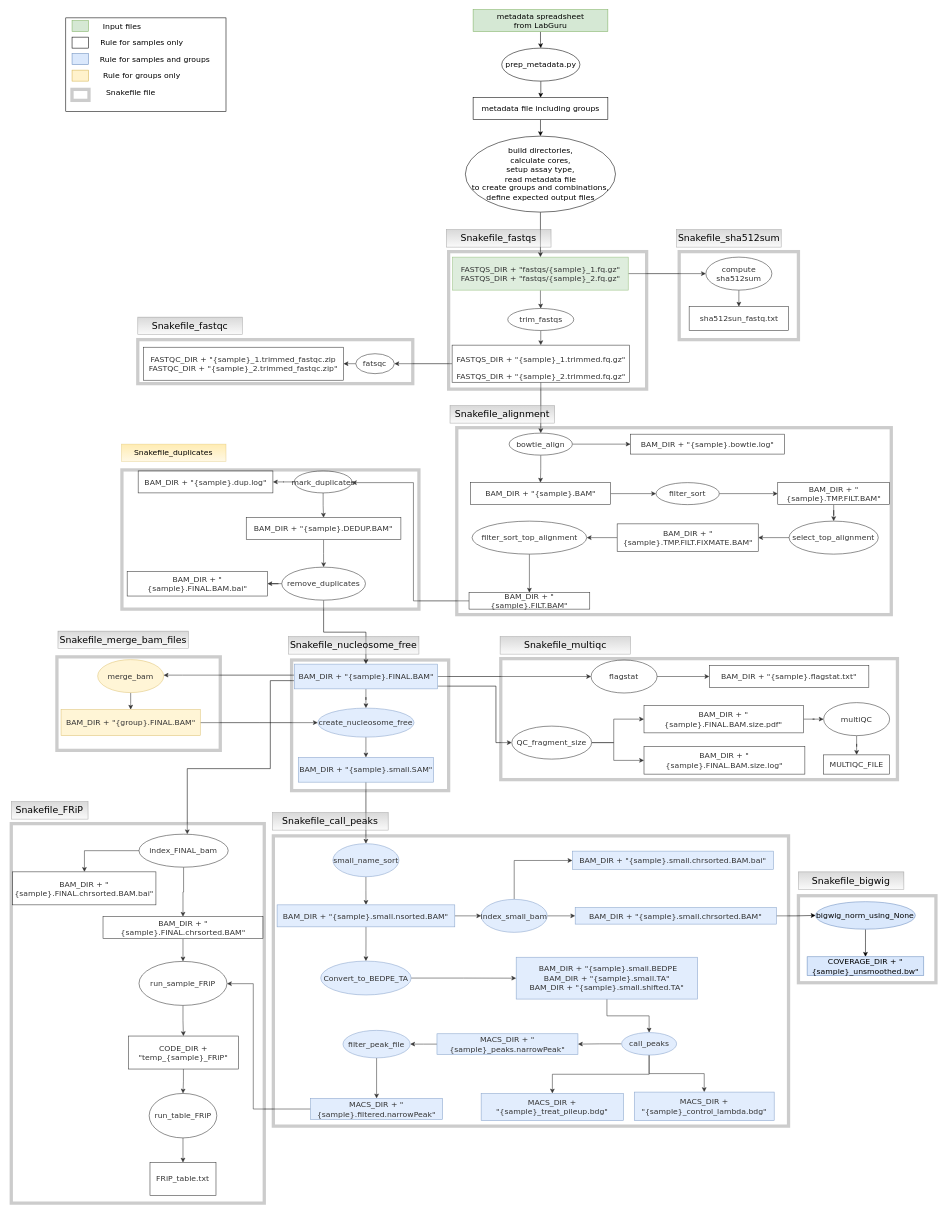
Earlier version of the draw.io diagram diagrams/ATAC_alignment_diagram.drawio (FoghornTherapeutics/FHT-ATACseq-pipeline). Source tidied: cells renumbered, new cells numbered last; positions are measured from the earlier drawing's top-left corner, leaving out a move shared by most shapes. Both pictures are drawn from the tidied source at 55%, with x=0, y=0 at pixel (11, 9).
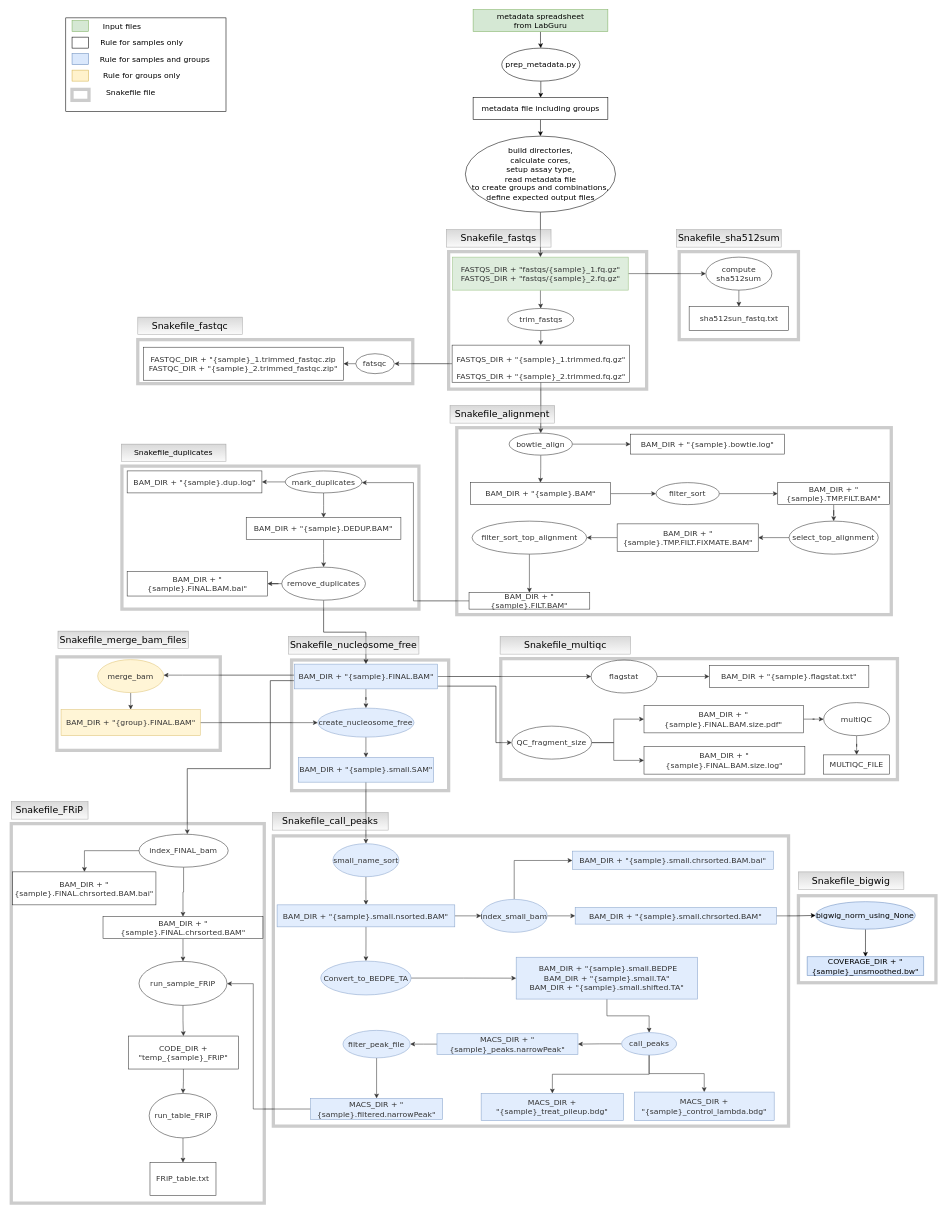
Above is the later version.

Change to the diagram source:
```diff
@@
     <mxCell id="34" value="mark_duplicates" style="ellipse;whiteSpace=wrap;html=1;rounded=0;fontFamily=Verdana;fontSize=14;" parent="1" vertex="1">
-      <mxGeometry x="514.5" y="838.7" width="105" height="40" as="geometry" />
+      <mxGeometry x="498.1" y="838.7" width="139.5" height="40" as="geometry" />
     </mxCell>
@@
     <mxCell id="37" value="&lt;span style=&quot;font-size: 14px;&quot;&gt;BAM_DIR + &quot;&lt;/span&gt;&lt;span style=&quot;background-color: initial; font-size: 14px;&quot;&gt;{sample}.dup.log&quot;&lt;/span&gt;&lt;span style=&quot;font-size: 14px;&quot;&gt;&lt;br style=&quot;font-size: 14px;&quot;&gt;&lt;/span&gt;" style="whiteSpace=wrap;html=1;rounded=0;fontFamily=Verdana;fontSize=14;" parent="1" vertex="1">
-      <mxGeometry x="230.7" y="838.7" width="245" height="40" as="geometry" />
+      <mxGeometry x="210.7" y="838.7" width="245" height="40" as="geometry" />
     </mxCell>
@@
-    <mxCell id="124" value="&lt;font style=&quot;font-size: 14px;&quot;&gt;&lt;font style=&quot;font-size: 14px;&quot;&gt;Snakefile_duplicates&lt;/font&gt;&lt;br style=&quot;font-size: 14px;&quot;&gt;&lt;/font&gt;" style="rounded=0;whiteSpace=wrap;html=1;fillColor=#fff2cc;strokeColor=#d6b656;gradientDirection=north;opacity=50;fontFamily=Verdana;gradientColor=#ffd966;fontSize=14;" parent="1" vertex="1">
+    <mxCell id="124" value="&lt;font style=&quot;font-size: 14px;&quot;&gt;&lt;font style=&quot;font-size: 14px;&quot;&gt;Snakefile_duplicates&lt;/font&gt;&lt;br style=&quot;font-size: 14px;&quot;&gt;&lt;/font&gt;" style="rounded=0;whiteSpace=wrap;html=1;fillColor=#f5f5f5;strokeColor=#666666;gradientDirection=north;opacity=50;fontFamily=Verdana;gradientColor=#b3b3b3;fontSize=14;" parent="1" vertex="1">
       <mxGeometry x="200.2" y="790" width="190.2" height="31.8" as="geometry" />
     </mxCell>
@@
     <mxCell id="138" style="rounded=0;whiteSpace=wrap;html=1;opacity=20;strokeWidth=6;strokeColor=#000000;fontFamily=Verdana;fontSize=14;" parent="1" vertex="1">
-      <mxGeometry x="201.2" y="836.9" width="540" height="253.1" as="geometry" />
+      <mxGeometry x="201.2" y="830" width="540" height="260" as="geometry" />
     </mxCell>
```
